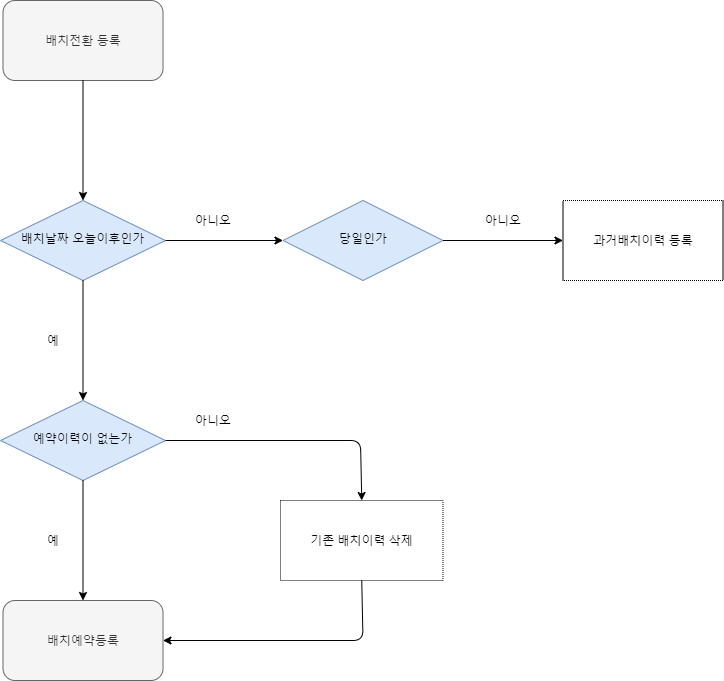
Before: InsaSystem_Relocation.png, a diagram exported from draw.io (KONGNOBIN/Diagram). Source tidied: cells renumbered, new cells last; positions are measured from the earlier drawing's top-left corner, leaving out a move shared by most shapes.
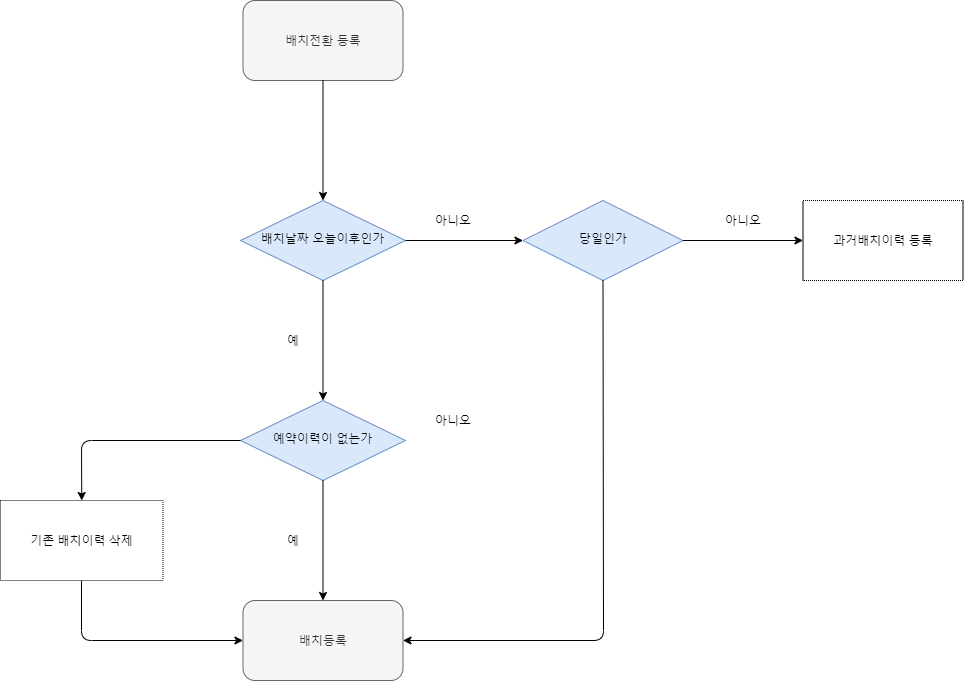
After the commit.

Diff of the diagram source:
```diff
@@ -23,7 +23,7 @@
     <mxCell id="8" value="예&lt;br&gt;" style="text;html=1;strokeColor=none;fillColor=none;align=center;verticalAlign=middle;whiteSpace=wrap;rounded=0;dashed=1;dashPattern=1 1;" parent="1" vertex="1">
       <mxGeometry x="32.5" y="330" width="40" height="20" as="geometry" />
     </mxCell>
-    <mxCell id="9" value="배치예약등록" style="rounded=1;whiteSpace=wrap;html=1;fontSize=12;glass=0;strokeWidth=1;shadow=0;strokeColor=#666666;fillColor=#f5f5f5;fontColor=#333333;" parent="1" vertex="1">
+    <mxCell id="9" value="배치등록" style="rounded=1;whiteSpace=wrap;html=1;fontSize=12;glass=0;strokeWidth=1;shadow=0;strokeColor=#666666;fillColor=#f5f5f5;fontColor=#333333;" parent="1" vertex="1">
       <mxGeometry x="2.5" y="600" width="160" height="80" as="geometry" />
     </mxCell>
     <mxCell id="10" style="endArrow=classic;html=1;entryX=0;entryY=0.5;entryDx=0;entryDy=0;" parent="1" edge="1" source="3" target="11">
@@ -36,19 +36,20 @@
       <mxGeometry x="192.5" y="210" width="40" height="20" as="geometry" />
     </mxCell>
     <mxCell id="13" value="기존 배치이력 삭제" style="rounded=0;whiteSpace=wrap;html=1;dashed=1;dashPattern=1 1;fillColor=#ffffff;gradientColor=#ffffff;" parent="1" vertex="1">
-      <mxGeometry x="280" y="500" width="162.5" height="80" as="geometry" />
+      <mxGeometry x="-240" y="500" width="162.5" height="80" as="geometry" />
     </mxCell>
-    <mxCell id="14" style="endArrow=classic;html=1;exitX=1;exitY=0.5;exitDx=0;exitDy=0;entryX=0.5;entryY=0;entryDx=0;entryDy=0;" parent="1" edge="1" source="4" target="13">
+    <mxCell id="14" style="endArrow=classic;html=1;exitX=0;exitY=0.5;exitDx=0;exitDy=0;entryX=0.5;entryY=0;entryDx=0;entryDy=0;" parent="1" edge="1" source="4" target="13">
       <mxGeometry relative="1" as="geometry">
         <Array as="points">
-          <mxPoint x="360" y="440" />
+          <mxPoint x="-159" y="440" />
         </Array>
       </mxGeometry>
     </mxCell>
-    <mxCell id="15" style="endArrow=classic;html=1;exitX=0.5;exitY=1;exitDx=0;exitDy=0;entryX=1;entryY=0.5;entryDx=0;entryDy=0;" parent="1" edge="1" source="13" target="9">
+    <mxCell id="15" style="endArrow=classic;html=1;" parent="1" edge="1" target="9">
       <mxGeometry relative="1" as="geometry">
+        <mxPoint x="-159" y="580" as="sourcePoint" />
         <Array as="points">
-          <mxPoint x="362.5" y="640" />
+          <mxPoint x="-159" y="640" />
         </Array>
       </mxGeometry>
     </mxCell>
@@ -69,5 +70,12 @@
     <mxCell id="20" value="과거배치이력 등록" style="rounded=0;whiteSpace=wrap;html=1;dashed=1;dashPattern=1 1;fillColor=#ffffff;gradientColor=#ffffff;" parent="1" vertex="1">
       <mxGeometry x="562.5" y="200" width="160" height="80" as="geometry" />
     </mxCell>
+    <mxCell id="21" style="endArrow=classic;html=1;exitX=0.5;exitY=1;exitDx=0;exitDy=0;entryX=1;entryY=0.5;entryDx=0;entryDy=0;" parent="1" edge="1" source="11" target="9">
+      <mxGeometry relative="1" as="geometry">
+        <Array as="points">
+          <mxPoint x="363" y="640" />
+        </Array>
+      </mxGeometry>
+    </mxCell>
   </root>
 </mxGraphModel>
```
